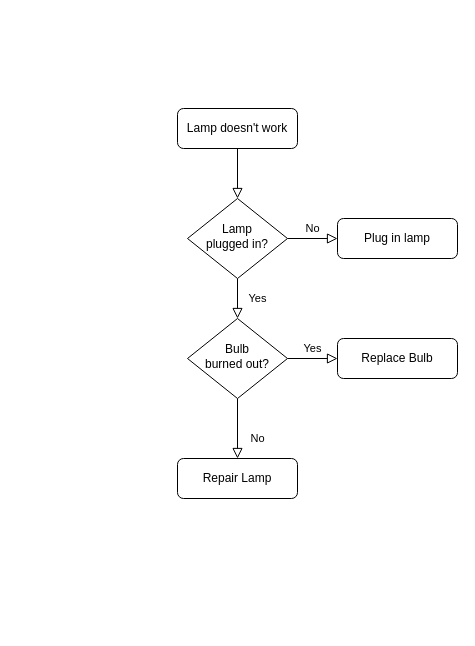
Above: Diagrama sem nome.drawio in IgorMatias04/AulasIA02 (draw.io), before the change. Source tidied: cells renumbered, new cells numbered last; positions are measured from the earlier drawing's top-left corner, leaving out a move shared by most shapes. Both pictures are drawn from the tidied source at 100%, with x=0, y=0 at pixel (177, 108).
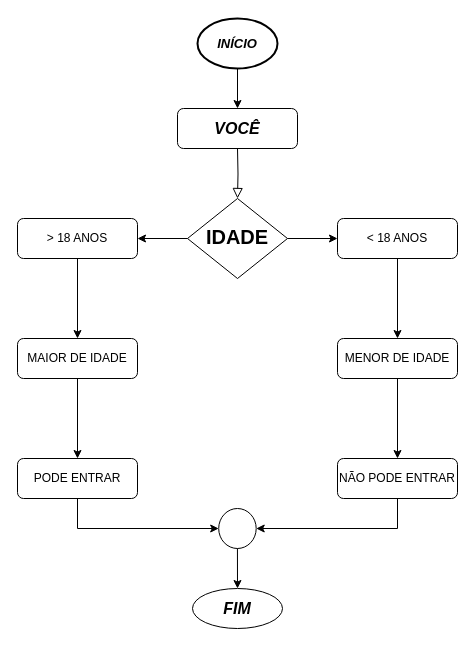
After the change.

Change to the diagram source:
```diff
@@
-    <mxCell id="2" style="rounded=0;html=1;jettySize=auto;fontSize=11;endArrow=block;endFill=0;endSize=8;strokeWidth=1;shadow=0;labelBackgroundColor=none;edgeStyle=orthogonalEdgeStyle;" parent="1" edge="1" source="3" target="6">
-      <mxGeometry relative="1" as="geometry" />
+    <mxCell id="2" style="rounded=0;html=1;jettySize=auto;fontSize=11;endArrow=block;endFill=0;endSize=8;strokeWidth=1;shadow=0;labelBackgroundColor=none;edgeStyle=orthogonalEdgeStyle;entryX=0.5;entryY=0;entryDx=0;entryDy=0;" parent="1" edge="1" target="6">
+      <mxGeometry relative="1" as="geometry">
+        <mxPoint x="60" y="40" as="sourcePoint" />
+      </mxGeometry>
     </mxCell>
-    <mxCell id="3" value="Lamp doesn't work" style="rounded=1;whiteSpace=wrap;html=1;fontSize=12;glass=0;strokeWidth=1;shadow=0;" parent="1" vertex="1">
+    <mxCell id="3" value="&lt;b style=&quot;&quot;&gt;&lt;i style=&quot;&quot;&gt;&lt;font style=&quot;font-size: 16px;&quot;&gt;VOCÊ&lt;/font&gt;&lt;/i&gt;&lt;/b&gt;" style="rounded=1;whiteSpace=wrap;html=1;fontSize=12;glass=0;strokeWidth=1;shadow=0;" parent="1" vertex="1">
       <mxGeometry width="120" height="40" as="geometry" />
     </mxCell>
-    <mxCell id="4" value="Yes" style="rounded=0;html=1;jettySize=auto;fontSize=11;endArrow=block;endFill=0;endSize=8;strokeWidth=1;shadow=0;labelBackgroundColor=none;edgeStyle=orthogonalEdgeStyle;" parent="1" edge="1" source="6" target="10">
-      <mxGeometry y="20" relative="1" as="geometry" />
-    </mxCell>
-    <mxCell id="5" value="No" style="edgeStyle=orthogonalEdgeStyle;rounded=0;html=1;jettySize=auto;fontSize=11;endArrow=block;endFill=0;endSize=8;strokeWidth=1;shadow=0;labelBackgroundColor=none;" parent="1" edge="1" source="6" target="7">
-      <mxGeometry y="10" relative="1" as="geometry" />
-    </mxCell>
-    <mxCell id="6" value="Lamp&lt;br&gt;plugged in?" style="rhombus;whiteSpace=wrap;html=1;shadow=0;fontFamily=Helvetica;fontSize=12;align=center;strokeWidth=1;spacing=6;spacingTop=-4;" parent="1" vertex="1">
+    <mxCell id="6" value="&lt;b&gt;&lt;font style=&quot;font-size: 20px;&quot;&gt;IDADE&lt;/font&gt;&lt;/b&gt;" style="rhombus;whiteSpace=wrap;html=1;shadow=0;fontFamily=Helvetica;fontSize=12;align=center;strokeWidth=1;spacing=6;spacingTop=-4;" parent="1" vertex="1">
       <mxGeometry x="10" y="90" width="100" height="80" as="geometry" />
     </mxCell>
-    <mxCell id="7" value="Plug in lamp" style="rounded=1;whiteSpace=wrap;html=1;fontSize=12;glass=0;strokeWidth=1;shadow=0;" parent="1" vertex="1">
+    <mxCell id="7" value="&amp;lt; 18 ANOS" style="rounded=1;whiteSpace=wrap;html=1;fontSize=12;glass=0;strokeWidth=1;shadow=0;" parent="1" vertex="1">
       <mxGeometry x="160" y="110" width="120" height="40" as="geometry" />
     </mxCell>
-    <mxCell id="8" value="No" style="rounded=0;html=1;jettySize=auto;fontSize=11;endArrow=block;endFill=0;endSize=8;strokeWidth=1;shadow=0;labelBackgroundColor=none;edgeStyle=orthogonalEdgeStyle;" parent="1" edge="1" source="10" target="11">
-      <mxGeometry x="0.33" y="20" relative="1" as="geometry" />
-    </mxCell>
-    <mxCell id="9" value="Yes" style="edgeStyle=orthogonalEdgeStyle;rounded=0;html=1;jettySize=auto;fontSize=11;endArrow=block;endFill=0;endSize=8;strokeWidth=1;shadow=0;labelBackgroundColor=none;" parent="1" edge="1" source="10" target="12">
-      <mxGeometry y="10" relative="1" as="geometry" />
-    </mxCell>
-    <mxCell id="10" value="Bulb&lt;br&gt;burned out?" style="rhombus;whiteSpace=wrap;html=1;shadow=0;fontFamily=Helvetica;fontSize=12;align=center;strokeWidth=1;spacing=6;spacingTop=-4;" parent="1" vertex="1">
-      <mxGeometry x="10" y="210" width="100" height="80" as="geometry" />
-    </mxCell>
-    <mxCell id="11" value="Repair Lamp" style="rounded=1;whiteSpace=wrap;html=1;fontSize=12;glass=0;strokeWidth=1;shadow=0;" parent="1" vertex="1">
-      <mxGeometry y="350" width="120" height="40" as="geometry" />
-    </mxCell>
-    <mxCell id="12" value="Replace Bulb" style="rounded=1;whiteSpace=wrap;html=1;fontSize=12;glass=0;strokeWidth=1;shadow=0;" parent="1" vertex="1">
+    <mxCell id="12" value="MENOR DE IDADE" style="rounded=1;whiteSpace=wrap;html=1;fontSize=12;glass=0;strokeWidth=1;shadow=0;" parent="1" vertex="1">
       <mxGeometry x="160" y="230" width="120" height="40" as="geometry" />
     </mxCell>
+    <mxCell id="5" style="endArrow=classic;html=1;rounded=0;exitX=1;exitY=0.5;exitDx=0;exitDy=0;entryX=0;entryY=0.5;entryDx=0;entryDy=0;horizontal=1;strokeWidth=1;" parent="1" edge="1" source="6" target="7">
+      <mxGeometry relative="1" as="geometry" />
+    </mxCell>
+    <mxCell id="13" style="endArrow=classic;html=1;rounded=0;exitX=0.5;exitY=1;exitDx=0;exitDy=0;entryX=0.5;entryY=0;entryDx=0;entryDy=0;" parent="1" edge="1" source="7" target="12">
+      <mxGeometry relative="1" as="geometry" />
+    </mxCell>
+    <mxCell id="14" style="endArrow=classic;html=1;rounded=0;exitX=0.5;exitY=1;exitDx=0;exitDy=0;entryX=0.5;entryY=0;entryDx=0;entryDy=0;" parent="1" edge="1" source="12" target="15">
+      <mxGeometry relative="1" as="geometry" />
+    </mxCell>
+    <mxCell id="15" value="NÃO PODE ENTRAR" style="rounded=1;whiteSpace=wrap;html=1;fontSize=12;glass=0;strokeWidth=1;shadow=0;" parent="1" vertex="1">
+      <mxGeometry x="160" y="350" width="120" height="40" as="geometry" />
+    </mxCell>
+    <mxCell id="16" value="&amp;gt; 18 ANOS" style="rounded=1;whiteSpace=wrap;html=1;fontSize=12;glass=0;strokeWidth=1;shadow=0;" parent="1" vertex="1">
+      <mxGeometry x="-160" y="110" width="120" height="40" as="geometry" />
+    </mxCell>
+    <mxCell id="17" style="endArrow=classic;html=1;rounded=0;exitX=0;exitY=0.5;exitDx=0;exitDy=0;horizontal=1;strokeWidth=1;" parent="1" edge="1" source="6">
+      <mxGeometry relative="1" as="geometry">
+        <mxPoint x="-40" y="130" as="targetPoint" />
+      </mxGeometry>
+    </mxCell>
+    <mxCell id="18" value="MAIOR DE IDADE" style="rounded=1;whiteSpace=wrap;html=1;fontSize=12;glass=0;strokeWidth=1;shadow=0;" parent="1" vertex="1">
+      <mxGeometry x="-160" y="230" width="120" height="40" as="geometry" />
+    </mxCell>
+    <mxCell id="19" value="PODE ENTRAR" style="rounded=1;whiteSpace=wrap;html=1;fontSize=12;glass=0;strokeWidth=1;shadow=0;" parent="1" vertex="1">
+      <mxGeometry x="-160" y="350" width="120" height="40" as="geometry" />
+    </mxCell>
+    <mxCell id="20" style="endArrow=classic;html=1;rounded=0;labelBackgroundColor=default;strokeColor=default;strokeWidth=1;fontFamily=Helvetica;fontSize=11;fontColor=default;shape=connector;exitX=0.5;exitY=1;exitDx=0;exitDy=0;entryX=0.5;entryY=0;entryDx=0;entryDy=0;" parent="1" edge="1" source="16" target="18">
+      <mxGeometry relative="1" as="geometry" />
+    </mxCell>
+    <mxCell id="21" style="endArrow=classic;html=1;rounded=0;labelBackgroundColor=default;strokeColor=default;strokeWidth=1;fontFamily=Helvetica;fontSize=11;fontColor=default;shape=connector;exitX=0.5;exitY=1;exitDx=0;exitDy=0;entryX=0.5;entryY=0;entryDx=0;entryDy=0;" parent="1" edge="1" source="18" target="19">
+      <mxGeometry relative="1" as="geometry" />
+    </mxCell>
+    <mxCell id="22" style="ellipse;whiteSpace=wrap;html=1;fontFamily=Helvetica;fontSize=11;fontColor=default;" parent="1" vertex="1">
+      <mxGeometry x="41.2" y="400" width="37.5" height="40" as="geometry" />
+    </mxCell>
+    <mxCell id="23" style="endArrow=classic;html=1;rounded=0;labelBackgroundColor=default;strokeColor=default;strokeWidth=1;fontFamily=Helvetica;fontSize=11;fontColor=default;shape=connector;entryX=0;entryY=0.5;entryDx=0;entryDy=0;" parent="1" edge="1" target="22">
+      <mxGeometry relative="1" as="geometry">
+        <mxPoint x="-100" y="390" as="sourcePoint" />
+        <Array as="points">
+          <mxPoint x="-100" y="420" />
+        </Array>
+      </mxGeometry>
+    </mxCell>
+    <mxCell id="24" style="endArrow=classic;html=1;rounded=0;labelBackgroundColor=default;strokeColor=default;strokeWidth=1;fontFamily=Helvetica;fontSize=11;fontColor=default;shape=connector;exitX=0.5;exitY=1;exitDx=0;exitDy=0;entryX=1;entryY=0.5;entryDx=0;entryDy=0;" parent="1" edge="1" source="15" target="22">
+      <mxGeometry relative="1" as="geometry">
+        <Array as="points">
+          <mxPoint x="220" y="420" />
+        </Array>
+      </mxGeometry>
+    </mxCell>
+    <mxCell id="25" style="endArrow=classic;html=1;rounded=0;labelBackgroundColor=default;strokeColor=default;strokeWidth=1;fontFamily=Helvetica;fontSize=11;fontColor=default;shape=connector;exitX=0.5;exitY=1;exitDx=0;exitDy=0;" parent="1" edge="1" source="22">
+      <mxGeometry relative="1" as="geometry">
+        <mxPoint x="60" y="480" as="targetPoint" />
+      </mxGeometry>
+    </mxCell>
+    <mxCell id="26" value="&lt;font style=&quot;font-size: 13px;&quot;&gt;&lt;b&gt;&lt;i&gt;INÍCIO&lt;/i&gt;&lt;/b&gt;&lt;/font&gt;" style="strokeWidth=2;html=1;shape=mxgraph.flowchart.start_1;whiteSpace=wrap;fontFamily=Helvetica;fontSize=11;fontColor=default;" parent="1" vertex="1">
+      <mxGeometry x="20" y="-90" width="80" height="50" as="geometry" />
+    </mxCell>
+    <mxCell id="27" style="endArrow=classic;html=1;rounded=0;labelBackgroundColor=default;strokeColor=default;strokeWidth=1;fontFamily=Helvetica;fontSize=11;fontColor=default;shape=connector;exitX=0.5;exitY=1;exitDx=0;exitDy=0;exitPerimeter=0;entryX=0.5;entryY=0;entryDx=0;entryDy=0;" parent="1" edge="1" source="26" target="3">
+      <mxGeometry relative="1" as="geometry" />
+    </mxCell>
+    <mxCell id="28" value="&lt;font style=&quot;font-size: 16px;&quot;&gt;&lt;b&gt;&lt;i&gt;FIM&lt;/i&gt;&lt;/b&gt;&lt;/font&gt;" style="ellipse;whiteSpace=wrap;html=1;fontFamily=Helvetica;fontSize=11;fontColor=default;" parent="1" vertex="1">
+      <mxGeometry x="15" y="480" width="90" height="40" as="geometry" />
+    </mxCell>
```
